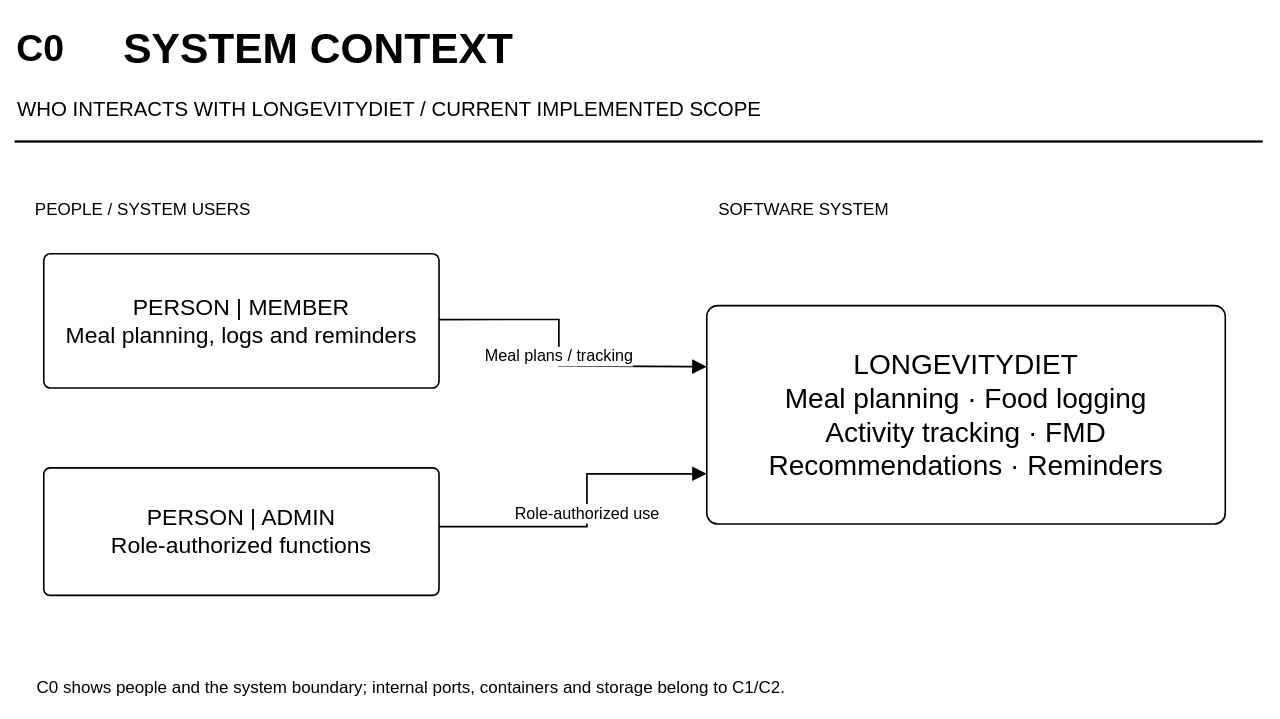
Above: docs/assignment/one-page/C0.drawio in YAHsaveme/FPTUSE_LongevityDiet (draw.io), before the change. Source tidied: cells renumbered, new cells numbered last; positions are measured from the earlier drawing's top-left corner, leaving out a move shared by most shapes. Both pictures are drawn from the tidied source at 85%, with x=0, y=0 at pixel (14, 14).
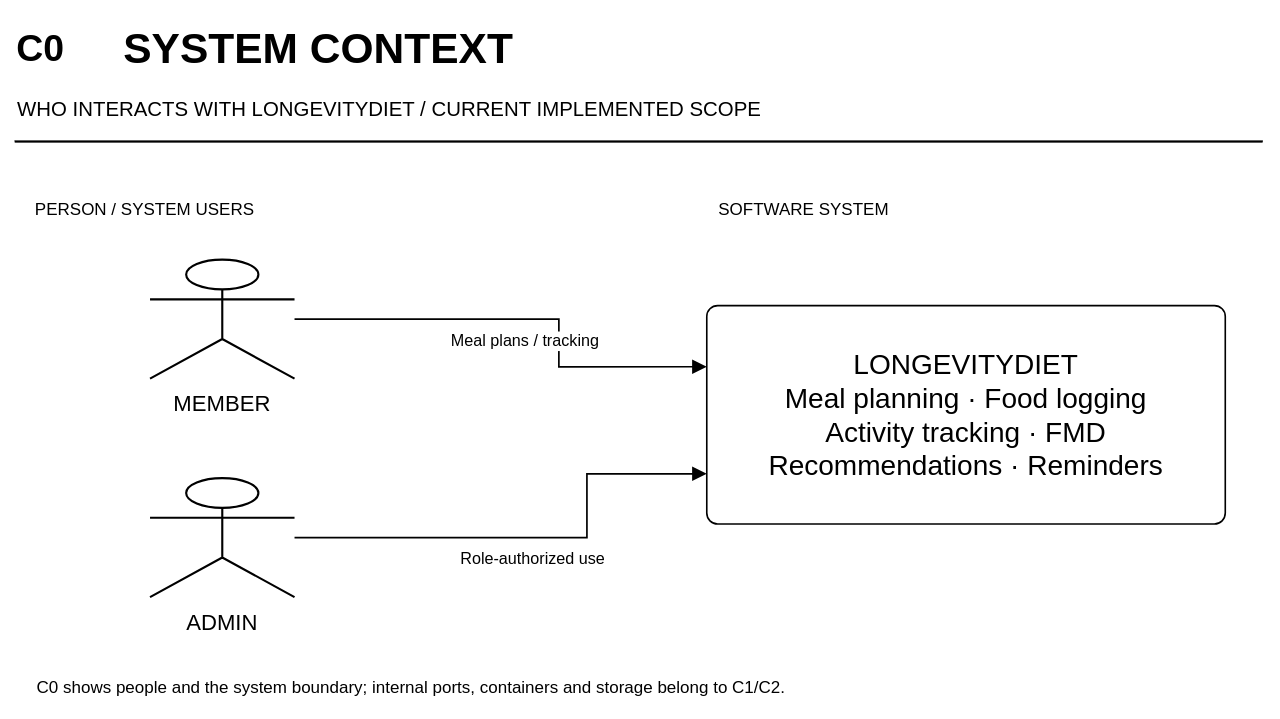
The same diagram, later.

The edit, as a diff of the source:
```diff
@@
 <mxGraphModel>
   <root>
     <mxCell id="0" />
     <mxCell id="1" parent="0" />
-    <mxCell id="2" value="Meal plans / tracking" style="edgeStyle=segmentEdgeStyle;rounded=0;orthogonal=1;html=1;strokeColor=#000000;strokeWidth=2;startArrow=none;endArrow=block;endFill=1;endSize=12;fontFamily=Arial;fontColor=#000000;fontSize=19;labelBackgroundColor=#FFFFFF;align=center;verticalAlign=middle;spacing=3;exitX=1.00000;exitY=0.49000;exitPerimeter=0;entryX=0.00000;entryY=0.28000;entryPerimeter=0;" parent="1" edge="1" source="10" target="12">
-      <mxGeometry relative="1" as="geometry">
+    <mxCell id="2" value="Meal plans / tracking" style="edgeStyle=segmentEdgeStyle;rounded=0;orthogonal=1;html=1;strokeColor=#000000;strokeWidth=2;startArrow=none;endArrow=block;endFill=1;endSize=12;fontFamily=Arial;fontColor=#000000;fontSize=19;labelBackgroundColor=#FFFFFF;align=center;verticalAlign=middle;spacing=3;verticalLabelPosition=top;exitX=1.00000;exitY=0.50000;exitPerimeter=0;entryX=0.00000;entryY=0.28000;entryPerimeter=0;" parent="1" edge="1" source="10" target="12">
+      <mxGeometry y="-26" relative="1" as="geometry">
         <Array as="points">
           <mxPoint x="640" y="358" />
-          <mxPoint x="640" y="413" />
+          <mxPoint x="640" y="414" />
         </Array>
       </mxGeometry>
     </mxCell>
-    <mxCell id="3" value="Role-authorized use" style="edgeStyle=segmentEdgeStyle;rounded=0;orthogonal=1;html=1;strokeColor=#000000;strokeWidth=2;startArrow=none;endArrow=block;endFill=1;endSize=12;fontFamily=Arial;fontColor=#000000;fontSize=19;labelBackgroundColor=#FFFFFF;align=center;verticalAlign=middle;spacing=3;exitX=1.00000;exitY=0.46000;exitPerimeter=0;entryX=0.00000;entryY=0.77000;entryPerimeter=0;" parent="1" edge="1" source="11" target="12">
-      <mxGeometry relative="1" as="geometry">
+    <mxCell id="3" value="Role-authorized use" style="edgeStyle=segmentEdgeStyle;rounded=0;orthogonal=1;html=1;strokeColor=#000000;strokeWidth=2;startArrow=none;endArrow=block;endFill=1;endSize=12;fontFamily=Arial;fontColor=#000000;fontSize=19;labelBackgroundColor=#FFFFFF;align=center;verticalAlign=middle;spacing=3;verticalLabelPosition=top;exitX=1.00000;exitY=0.50000;exitPerimeter=0;entryX=0.00000;entryY=0.77000;entryPerimeter=0;" parent="1" edge="1" source="11" target="12">
+      <mxGeometry y="-26" relative="1" as="geometry">
         <Array as="points">
-          <mxPoint x="673" y="602" />
+          <mxPoint x="673" y="615" />
           <mxPoint x="673" y="540" />
         </Array>
       </mxGeometry>
     </mxCell>
     <mxCell id="4" value="C0" style="text;html=1;whiteSpace=wrap;strokeColor=none;fillColor=none;align=left;verticalAlign=middle;fontStyle=1;fontFamily=Arial;fontColor=#000000;fontSize=44;" parent="1" vertex="1">
       <mxGeometry y="6" width="130" height="68" as="geometry" />
     </mxCell>
     <mxCell id="5" value="SYSTEM CONTEXT" style="text;html=1;whiteSpace=wrap;strokeColor=none;fillColor=none;align=left;verticalAlign=middle;fontStyle=1;fontFamily=Arial;fontColor=#000000;fontSize=50;" parent="1" vertex="1">
       <mxGeometry x="126" width="1340" height="78" as="geometry" />
     </mxCell>
     <mxCell id="6" value="WHO INTERACTS WITH LONGEVITYDIET  /  CURRENT IMPLEMENTED SCOPE" style="text;html=1;whiteSpace=wrap;strokeColor=none;fillColor=none;align=left;verticalAlign=middle;fontFamily=Arial;fontColor=#000000;fontSize=24;" parent="1" vertex="1">
       <mxGeometry x="1" y="85" width="1470" height="52" as="geometry" />
     </mxCell>
     <mxCell id="7" style="rounded=0;html=1;whiteSpace=wrap;strokeColor=#000000;strokeWidth=0.5;fillColor=#000000;fontFamily=Arial;fontColor=#000000;fontSize=1;" parent="1" vertex="1">
       <mxGeometry y="148" width="1468" height="2" as="geometry" />
     </mxCell>
-    <mxCell id="8" value="PEOPLE  /  SYSTEM USERS" style="text;html=1;whiteSpace=wrap;strokeColor=none;fillColor=none;align=left;verticalAlign=middle;fontFamily=Arial;fontColor=#000000;fontSize=20;" parent="1" vertex="1">
+    <mxCell id="8" value="PERSON / SYSTEM USERS" style="text;html=1;whiteSpace=wrap;strokeColor=none;fillColor=none;align=left;verticalAlign=middle;fontFamily=Arial;fontColor=#000000;fontSize=20;" parent="1" vertex="1">
       <mxGeometry x="22" y="212" width="560" height="31" as="geometry" />
     </mxCell>
     <mxCell id="9" value="SOFTWARE SYSTEM" style="text;html=1;whiteSpace=wrap;strokeColor=none;fillColor=none;align=left;verticalAlign=middle;fontFamily=Arial;fontColor=#000000;fontSize=20;" parent="1" vertex="1">
       <mxGeometry x="826" y="212" width="560" height="31" as="geometry" />
     </mxCell>
-    <mxCell id="10" value="PERSON  |  MEMBER&lt;br/&gt;Meal planning, logs and reminders" style="rounded=1;arcSize=5;html=1;whiteSpace=wrap;strokeColor=#000000;strokeWidth=1.9;fillColor=#FFFFFF;align=center;verticalAlign=middle;spacing=8;fontFamily=Arial;fontColor=#000000;fontSize=27;" parent="1" vertex="1">
-      <mxGeometry x="34" y="281" width="465" height="158" as="geometry" />
+    <mxCell id="10" value="MEMBER" style="shape=umlActor;html=1;whiteSpace=wrap;strokeColor=#000000;strokeWidth=2.5;fillColor=#FFFFFF;labelPosition=center;verticalLabelPosition=bottom;verticalAlign=top;spacingTop=8;spacingBottom=0;fontFamily=Arial;fontColor=#000000;fontSize=26;" parent="1" vertex="1">
+      <mxGeometry x="159" y="288" width="170" height="140" as="geometry" />
     </mxCell>
-    <mxCell id="11" value="PERSON  |  ADMIN&lt;br/&gt;Role-authorized functions" style="rounded=1;arcSize=5;html=1;whiteSpace=wrap;strokeColor=#000000;strokeWidth=1.9;fillColor=#FFFFFF;align=center;verticalAlign=middle;spacing=8;fontFamily=Arial;fontColor=#000000;fontSize=27;" parent="1" vertex="1">
-      <mxGeometry x="34" y="533" width="465" height="150" as="geometry" />
+    <mxCell id="11" value="ADMIN" style="shape=umlActor;html=1;whiteSpace=wrap;strokeColor=#000000;strokeWidth=2.5;fillColor=#FFFFFF;labelPosition=center;verticalLabelPosition=bottom;verticalAlign=top;spacingTop=8;spacingBottom=0;fontFamily=Arial;fontColor=#000000;fontSize=26;" parent="1" vertex="1">
+      <mxGeometry x="159" y="545" width="170" height="140" as="geometry" />
     </mxCell>
     <mxCell id="12" value="LONGEVITYDIET&lt;br/&gt;Meal planning  ·  Food logging&lt;br/&gt;Activity tracking  ·  FMD&lt;br/&gt;Recommendations  ·  Reminders" style="rounded=1;arcSize=5;html=1;whiteSpace=wrap;strokeColor=#000000;strokeWidth=1.9;fillColor=#FFFFFF;align=center;verticalAlign=middle;spacing=8;fontFamily=Arial;fontColor=#000000;fontSize=33;" parent="1" vertex="1">
       <mxGeometry x="814" y="342" width="610" height="257" as="geometry" />
     </mxCell>
     <mxCell id="13" value="C0 shows people and the system boundary; internal ports, containers and storage belong to C1/C2." style="text;html=1;whiteSpace=wrap;strokeColor=none;fillColor=none;align=left;verticalAlign=middle;fontFamily=Arial;fontColor=#000000;fontSize=20;" parent="1" vertex="1">
       <mxGeometry x="24" y="767" width="1400" height="45" as="geometry" />
     </mxCell>
   </root>
 </mxGraphModel>
```
